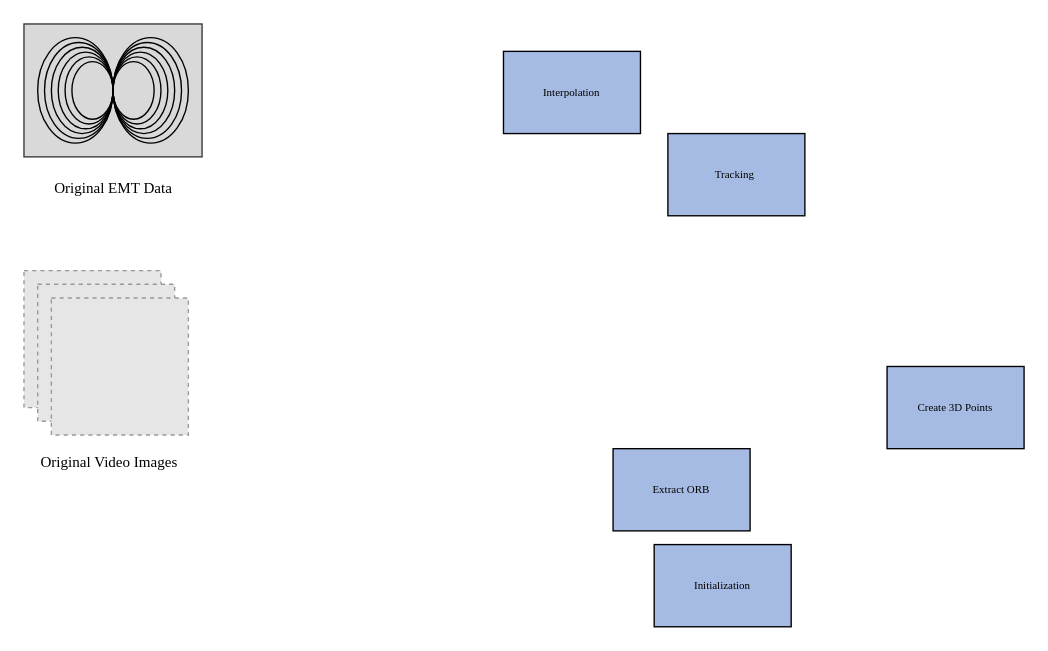
Before: framework.drawio in Abigail248/endoscope_orb_slan3, a draw.io diagram. Source tidied: cells renumbered, new cells numbered last; positions are measured from the earlier drawing's top-left corner, leaving out a move shared by most shapes. Both pictures are drawn from the tidied source at 137%, with x=0, y=0 at pixel (23, 23). Pictures stored in the file or linked from it are replaced by grey dashed boxes.
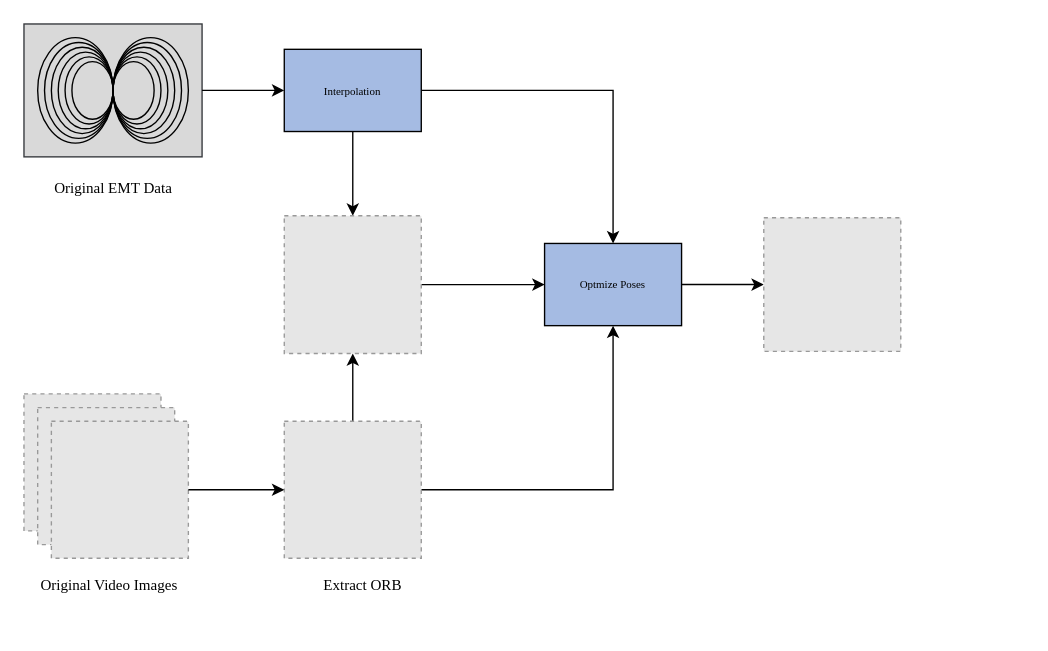
Above is the later version.

Unchanged cells that the change refers to:
```xml
<mxCell id="4" style="rounded=0;whiteSpace=wrap;html=1;fillColor=#D9D9D9;strokeColor=#36393d;" parent="3" vertex="1">
  <mxGeometry width="130" height="97" as="geometry" />
</mxCell>
<mxCell id="33" style="fillColor=#E6E6E6;strokeColor=#999999;dashed=1;verticalLabelPosition=bottom;labelBackgroundColor=default;verticalAlign=top;" parent="30" vertex="1">
  <mxGeometry x="20" y="20" width="100" height="100" as="geometry" />
</mxCell>
```

The edit, as a diff of the source:
```diff
@@
+    <mxCell id="35" style="edgeStyle=orthogonalEdgeStyle;rounded=0;jettySize=auto;html=1;" parent="1" edge="1" source="24" target="43">
+      <mxGeometry relative="1" as="geometry" />
+    </mxCell>
+    <mxCell id="36" style="edgeStyle=orthogonalEdgeStyle;rounded=0;jettySize=auto;html=1;exitX=1;exitY=0.5;exitDx=0;exitDy=0;entryX=0.5;entryY=0;entryDx=0;entryDy=0;" parent="1" edge="1" source="24" target="45">
+      <mxGeometry relative="1" as="geometry" />
+    </mxCell>
     <mxCell id="24" value="Interpolation" style="rounded=0;whiteSpace=wrap;html=1;fontFamily=Times New Roman;fontSize=8;fillColor=#A5BBE3;strokeColor=#000000;" parent="1" vertex="1">
-      <mxGeometry x="350" y="20" width="100" height="60" as="geometry" />
+      <mxGeometry x="190" y="18.5" width="100" height="60" as="geometry" />
     </mxCell>
-    <mxCell id="25" value="Initialization" style="rounded=0;whiteSpace=wrap;html=1;fontFamily=Times New Roman;fontSize=8;fillColor=#A5BBE3;strokeColor=#000000;" parent="1" vertex="1">
-      <mxGeometry x="460" y="380" width="100" height="60" as="geometry" />
-    </mxCell>
-    <mxCell id="26" value="Create 3D Points" style="rounded=0;whiteSpace=wrap;html=1;fontFamily=Times New Roman;fontSize=8;fillColor=#A5BBE3;strokeColor=#000000;" parent="1" vertex="1">
-      <mxGeometry x="630" y="250" width="100" height="60" as="geometry" />
-    </mxCell>
-    <mxCell id="27" value="Extract ORB" style="rounded=0;whiteSpace=wrap;html=1;fontFamily=Times New Roman;fontSize=8;fillColor=#A5BBE3;strokeColor=#000000;" parent="1" vertex="1">
-      <mxGeometry x="430" y="310" width="100" height="60" as="geometry" />
-    </mxCell>
-    <mxCell id="28" value="Tracking&amp;nbsp;" style="rounded=0;whiteSpace=wrap;html=1;fontFamily=Times New Roman;fontSize=8;fillColor=#A5BBE3;strokeColor=#000000;" parent="1" vertex="1">
-      <mxGeometry x="470" y="80" width="100" height="60" as="geometry" />
-    </mxCell>
     <mxCell id="29" style="group;" parent="1" vertex="1">
-      <mxGeometry y="180" width="120" height="150" as="geometry" />
+      <mxGeometry y="270" width="120" height="150" as="geometry" />
     </mxCell>
@@
+    <mxCell id="37" style="edgeStyle=orthogonalEdgeStyle;rounded=0;jettySize=auto;html=1;" parent="1" edge="1" source="39" target="45">
+      <mxGeometry relative="1" as="geometry" />
+    </mxCell>
+    <mxCell id="38" style="edgeStyle=orthogonalEdgeStyle;rounded=0;jettySize=auto;html=1;" parent="1" edge="1" source="39" target="43">
+      <mxGeometry relative="1" as="geometry" />
+    </mxCell>
+    <mxCell id="39" style="fillColor=#E6E6E6;strokeColor=#999999;dashed=1;verticalLabelPosition=bottom;labelBackgroundColor=default;verticalAlign=top;" parent="1" vertex="1">
+      <mxGeometry x="190" y="290" width="100" height="100" as="geometry" />
+    </mxCell>
+    <mxCell id="40" style="edgeStyle=orthogonalEdgeStyle;rounded=0;jettySize=auto;html=1;" parent="1" edge="1" source="33" target="39">
+      <mxGeometry relative="1" as="geometry" />
+    </mxCell>
+    <mxCell id="27" value="&lt;font style=&quot;font-size: 11px;&quot;&gt;Extract ORB&lt;br&gt;&lt;/font&gt;" style="text;html=1;strokeColor=none;fillColor=none;align=center;verticalAlign=middle;whiteSpace=wrap;rounded=0;fontFamily=Times New Roman;fontSize=8;" parent="1" vertex="1">
+      <mxGeometry x="190" y="400" width="115" height="20" as="geometry" />
+    </mxCell>
+    <mxCell id="41" style="edgeStyle=orthogonalEdgeStyle;rounded=0;jettySize=auto;html=1;" parent="1" edge="1" source="4" target="24">
+      <mxGeometry relative="1" as="geometry" />
+    </mxCell>
+    <mxCell id="42" style="edgeStyle=orthogonalEdgeStyle;rounded=0;jettySize=auto;html=1;" parent="1" edge="1" source="43" target="45">
+      <mxGeometry relative="1" as="geometry" />
+    </mxCell>
+    <mxCell id="43" style="fillColor=#E6E6E6;strokeColor=#999999;dashed=1;verticalLabelPosition=bottom;labelBackgroundColor=default;verticalAlign=top;" parent="1" vertex="1">
+      <mxGeometry x="190" y="140" width="100" height="100.5" as="geometry" />
+    </mxCell>
+    <mxCell id="44" style="edgeStyle=orthogonalEdgeStyle;rounded=0;jettySize=auto;html=1;" parent="1" edge="1" source="45" target="46">
+      <mxGeometry relative="1" as="geometry" />
+    </mxCell>
+    <mxCell id="45" value="Optmize Poses" style="rounded=0;whiteSpace=wrap;html=1;fontFamily=Times New Roman;fontSize=8;fillColor=#A5BBE3;strokeColor=#000000;" parent="1" vertex="1">
+      <mxGeometry x="380" y="160.2" width="100" height="60" as="geometry" />
+    </mxCell>
+    <mxCell id="46" style="fillColor=#E6E6E6;strokeColor=#999999;dashed=1;verticalLabelPosition=bottom;labelBackgroundColor=default;verticalAlign=top;" parent="1" vertex="1">
+      <mxGeometry x="540" y="141.4" width="100" height="97.6" as="geometry" />
+    </mxCell>
```
